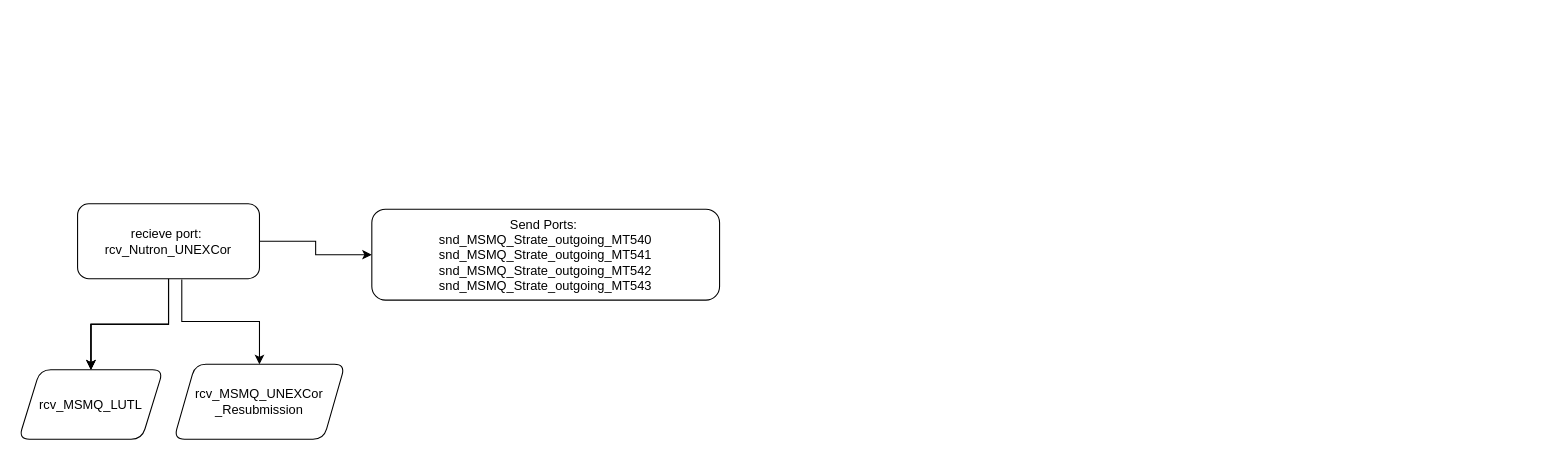
The draw.io diagram page "STT-Strate" (1 of 2) of TradingMiddlewareConfiguration.drawio in ByMadiba/Sandbox, before the edit. Source tidied: cells renumbered, new cells numbered last; positions are measured from the earlier drawing's top-left corner, leaving out a move shared by most shapes. Both pictures are drawn from the tidied source at 107%, with x=0, y=0 at pixel (18, 203).
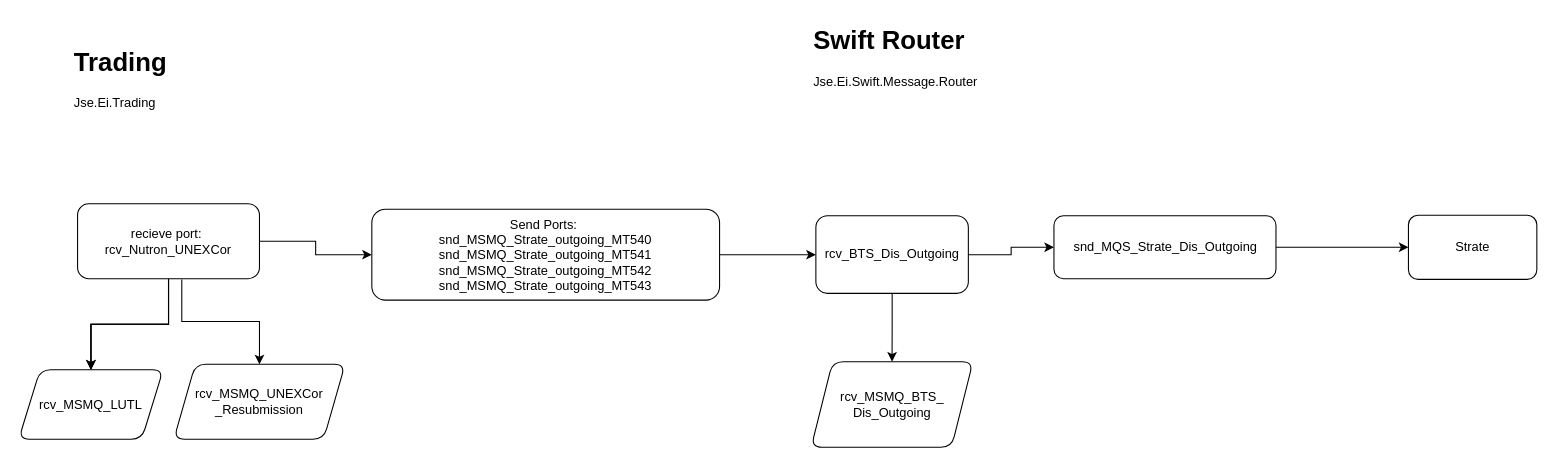
Above is the later version.

The change refers to these unchanged cells:
```xml
<mxCell id="10" value="Send Ports:&amp;nbsp;&lt;div&gt;snd_MSMQ_Strate_outgoing_MT540&lt;br&gt;&lt;/div&gt;&lt;div&gt;snd_MSMQ_Strate_outgoing_MT541&lt;br&gt;&lt;/div&gt;&lt;div&gt;snd_MSMQ_Strate_outgoing_MT542&lt;br&gt;&lt;/div&gt;&lt;div&gt;snd_MSMQ_Strate_outgoing_MT543&lt;br&gt;&lt;/div&gt;" style="whiteSpace=wrap;html=1;rounded=1;" parent="1" vertex="1">
  <mxGeometry x="330" y="5" width="325" height="85" as="geometry" />
</mxCell>
```

The edit, as a diff of the source:
```diff
@@
+    <mxCell id="11" style="edgeStyle=orthogonalEdgeStyle;rounded=0;jettySize=auto;html=1;" parent="1" edge="1" source="10" target="14">
+      <mxGeometry relative="1" as="geometry" />
+    </mxCell>
@@
+    <mxCell id="12" style="edgeStyle=orthogonalEdgeStyle;rounded=0;jettySize=auto;html=1;" parent="1" edge="1" source="14" target="15">
+      <mxGeometry relative="1" as="geometry" />
+    </mxCell>
+    <mxCell id="13" style="edgeStyle=orthogonalEdgeStyle;rounded=0;jettySize=auto;html=1;" parent="1" edge="1" source="14" target="17">
+      <mxGeometry relative="1" as="geometry" />
+    </mxCell>
+    <mxCell id="14" value="rcv_BTS_Dis_Outgoing" style="whiteSpace=wrap;html=1;rounded=1;" parent="1" vertex="1">
+      <mxGeometry x="745" y="11.2" width="142.5" height="72.5" as="geometry" />
+    </mxCell>
+    <mxCell id="15" value="rcv_MSMQ_BTS_&lt;div&gt;Dis_Outgoing&lt;/div&gt;" style="shape=parallelogram;perimeter=parallelogramPerimeter;whiteSpace=wrap;html=1;fixedSize=1;rounded=1;" parent="1" vertex="1">
+      <mxGeometry x="740.6" y="147.5" width="151.2" height="80" as="geometry" />
+    </mxCell>
+    <mxCell id="16" style="edgeStyle=orthogonalEdgeStyle;rounded=0;jettySize=auto;html=1;" parent="1" edge="1" source="17" target="18">
+      <mxGeometry relative="1" as="geometry" />
+    </mxCell>
+    <mxCell id="17" value="snd_MQS_Strate_Dis_Outgoing" style="whiteSpace=wrap;html=1;rounded=1;" parent="1" vertex="1">
+      <mxGeometry x="967.5" y="11.2" width="207.5" height="58.8" as="geometry" />
+    </mxCell>
+    <mxCell id="18" value="Strate" style="whiteSpace=wrap;html=1;rounded=1;" parent="1" vertex="1">
+      <mxGeometry x="1298.8" y="10.6" width="120" height="60" as="geometry" />
+    </mxCell>
+    <mxCell id="19" value="&lt;h1 style=&quot;margin-top: 0px;&quot;&gt;Trading&lt;/h1&gt;&lt;div&gt;Jse.Ei.Trading&lt;/div&gt;" style="text;html=1;whiteSpace=wrap;overflow=hidden;rounded=0;" parent="1" vertex="1">
+      <mxGeometry x="50" y="-153" width="180" height="120" as="geometry" />
+    </mxCell>
+    <mxCell id="20" value="&lt;h1 style=&quot;margin-top: 0px;&quot;&gt;Swift Router&lt;/h1&gt;&lt;div&gt;Jse.Ei.Swift.Message.Router&lt;/div&gt;" style="text;html=1;whiteSpace=wrap;overflow=hidden;rounded=0;" parent="1" vertex="1">
+      <mxGeometry x="740.6" y="-173" width="180" height="120" as="geometry" />
+    </mxCell>
```
